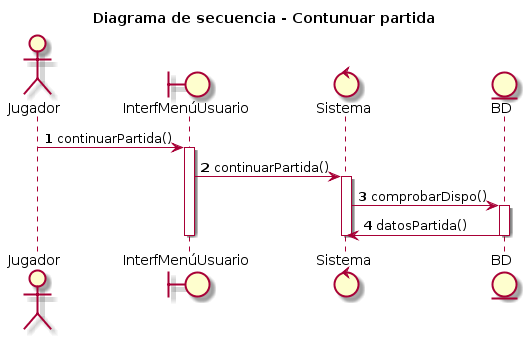
Before: UML/Diagramas de secuencia/Jugador/Continuar partida/Continuar partida.png, a diagram exported from PlantUML (dmontesinos/ES-2019-G43-2-02.v1). Its diagram source:
```plantuml
@startuml
title Diagrama de secuencia - Contunuar partida
autonumber
actor Jugador
boundary InterfMenúUsuario
control Sistema
entity BD

Jugador -> InterfMenúUsuario : continuarPartida()
activate InterfMenúUsuario
InterfMenúUsuario -> Sistema : continuarPartida()
activate Sistema
Sistema -> BD : comprobarDispo()
activate BD
BD -> Sistema : datosPartida()
deactivate BD
deactivate Sistema
deactivate InterfMenúUsuario
@enduml
```
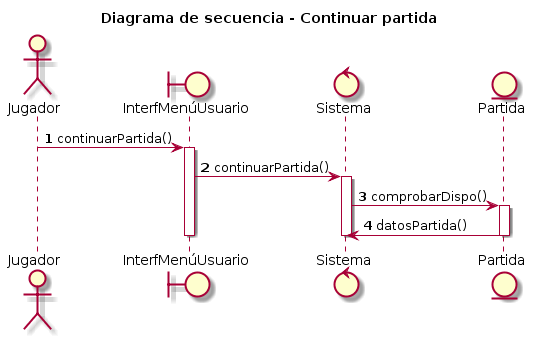
The same file after the commit.

Diff of the diagram source:
```diff
@@ -1,19 +1,19 @@
 @startuml
-title Diagrama de secuencia - Contunuar partida
+title Diagrama de secuencia - Continuar partida
 autonumber
 actor Jugador
 boundary InterfMenúUsuario
 control Sistema
-entity BD
+entity Partida
 
 Jugador -> InterfMenúUsuario : continuarPartida()
 activate InterfMenúUsuario
 InterfMenúUsuario -> Sistema : continuarPartida()
 activate Sistema
-Sistema -> BD : comprobarDispo()
-activate BD
-BD -> Sistema : datosPartida()
-deactivate BD
+Sistema -> Partida : comprobarDispo()
+activate Partida
+Partida -> Sistema : datosPartida()
+deactivate Partida
 deactivate Sistema
 deactivate InterfMenúUsuario
 @enduml
```
